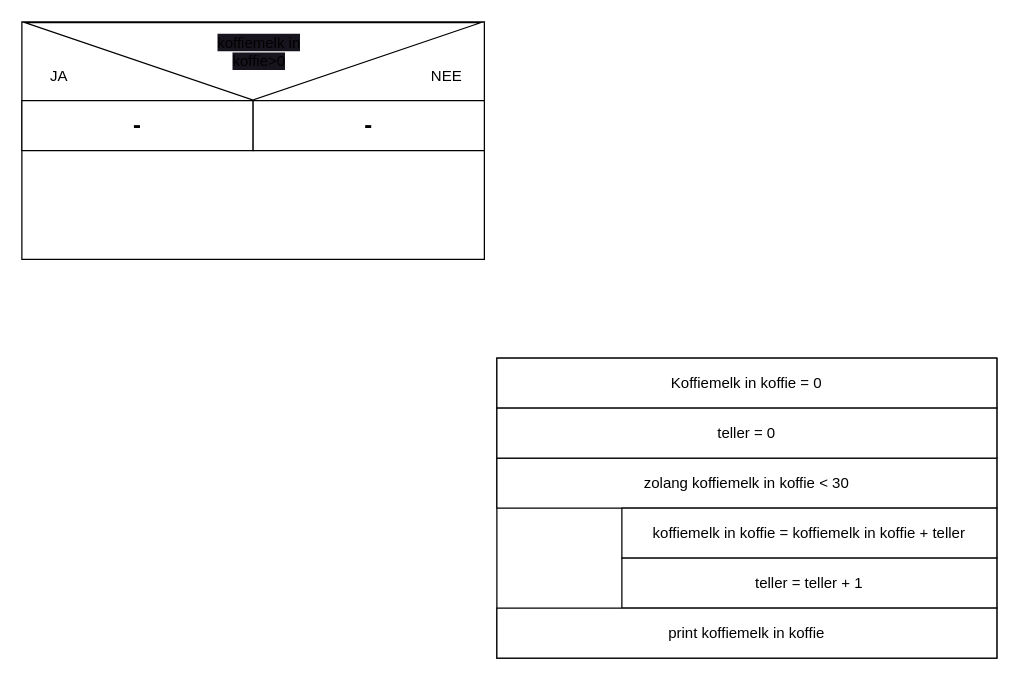
The draw.io diagram psd/opdracht_2.drawio in ReneKrewinkel/educom-essentials-1678105499, before the edit. Source tidied: cells renumbered, new cells numbered last; positions are measured from the earlier drawing's top-left corner, leaving out a move shared by most shapes. Both pictures are drawn from the tidied source at 125%, with x=0, y=0 at pixel (21, -168).
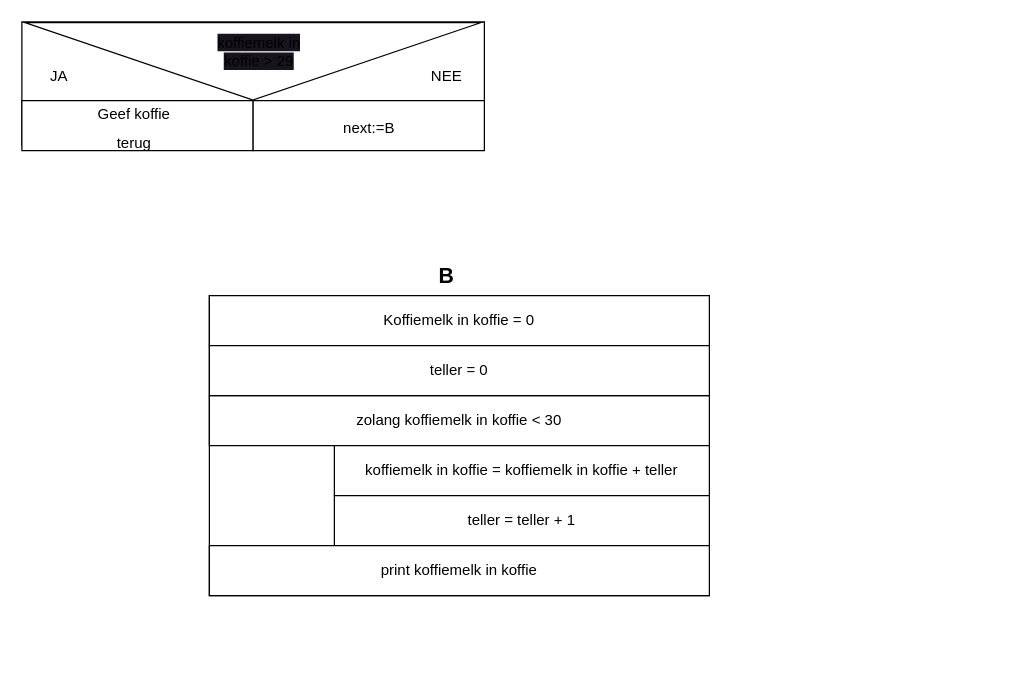
After the change.

Commit message:
PSD opdracht 2 #8

Change to the diagram source:
```diff
@@
 <mxGraphModel>
   <root>
     <mxCell id="0" />
     <mxCell id="1" parent="0" />
     <mxCell id="2" style="rounded=0;whiteSpace=wrap;html=1;" parent="1" vertex="1">
-      <mxGeometry x="380" y="420" width="400" height="240" as="geometry" />
+      <mxGeometry x="150" y="370" width="400" height="240" as="geometry" />
     </mxCell>
     <mxCell id="3" value="Koffiemelk in koffie = 0" style="rounded=0;whiteSpace=wrap;html=1;" parent="1" vertex="1">
-      <mxGeometry x="380" y="420" width="400" height="40" as="geometry" />
+      <mxGeometry x="150" y="370" width="400" height="40" as="geometry" />
     </mxCell>
     <mxCell id="4" value="zolang koffiemelk in koffie &amp;lt; 30" style="rounded=0;whiteSpace=wrap;html=1;" parent="1" vertex="1">
-      <mxGeometry x="380" y="500" width="400" height="40" as="geometry" />
+      <mxGeometry x="150" y="450" width="400" height="40" as="geometry" />
     </mxCell>
     <mxCell id="5" value="koffiemelk in koffie = koffiemelk in koffie + teller" style="rounded=0;whiteSpace=wrap;html=1;" parent="1" vertex="1">
-      <mxGeometry x="480" y="540" width="300" height="40" as="geometry" />
+      <mxGeometry x="250" y="490" width="300" height="40" as="geometry" />
     </mxCell>
     <mxCell id="6" value="teller = 0" style="rounded=0;whiteSpace=wrap;html=1;" parent="1" vertex="1">
-      <mxGeometry x="380" y="460" width="400" height="40" as="geometry" />
+      <mxGeometry x="150" y="410" width="400" height="40" as="geometry" />
     </mxCell>
     <mxCell id="7" value="teller = teller + 1" style="rounded=0;whiteSpace=wrap;html=1;" parent="1" vertex="1">
-      <mxGeometry x="480" y="580" width="300" height="40" as="geometry" />
+      <mxGeometry x="250" y="530" width="300" height="40" as="geometry" />
     </mxCell>
     <mxCell id="8" value="print koffiemelk in koffie" style="rounded=0;whiteSpace=wrap;html=1;" parent="1" vertex="1">
-      <mxGeometry x="380" y="620" width="400" height="40" as="geometry" />
+      <mxGeometry x="150" y="570" width="400" height="40" as="geometry" />
     </mxCell>
     <mxCell id="9" style="rounded=0;whiteSpace=wrap;html=1;" parent="1" vertex="1">
-      <mxGeometry y="151" width="370" height="190" as="geometry" />
+      <mxGeometry y="151" width="370" height="99" as="geometry" />
     </mxCell>
     <mxCell id="10" style="triangle;whiteSpace=wrap;html=1;rotation=90;" parent="1" vertex="1">
       <mxGeometry x="154" width="62" height="365" as="geometry" />
     </mxCell>
-    <mxCell id="11" value="&lt;span style=&quot;background-color: rgb(24, 20, 29);&quot;&gt;koffiemelk in koffie&amp;gt;0&lt;/span&gt;" style="text;strokeColor=none;align=center;fillColor=none;html=1;verticalAlign=middle;whiteSpace=wrap;rounded=0;" parent="1" vertex="1">
+    <mxCell id="11" value="&lt;span style=&quot;background-color: rgb(24, 20, 29);&quot;&gt;koffiemelk in koffie &amp;gt; 29&lt;/span&gt;" style="text;strokeColor=none;align=center;fillColor=none;html=1;verticalAlign=middle;whiteSpace=wrap;rounded=0;" parent="1" vertex="1">
       <mxGeometry x="150" y="160" width="80" height="30" as="geometry" />
     </mxCell>
-    <mxCell id="12" value="&lt;b&gt;&lt;font style=&quot;font-size: 19px;&quot;&gt;-&lt;/font&gt;&lt;/b&gt;" style="rounded=0;whiteSpace=wrap;html=1;" parent="1" vertex="1">
+    <mxCell id="12" style="rounded=0;whiteSpace=wrap;html=1;" parent="1" vertex="1">
       <mxGeometry y="214" width="185" height="40" as="geometry" />
     </mxCell>
     <mxCell id="13" value="JA" style="text;strokeColor=none;align=center;fillColor=none;html=1;verticalAlign=middle;whiteSpace=wrap;rounded=0;" parent="1" vertex="1">
       <mxGeometry y="180" width="60" height="30" as="geometry" />
     </mxCell>
     <mxCell id="14" value="NEE" style="text;strokeColor=none;align=center;fillColor=none;html=1;verticalAlign=middle;whiteSpace=wrap;rounded=0;" parent="1" vertex="1">
       <mxGeometry x="310" y="180" width="60" height="30" as="geometry" />
     </mxCell>
-    <mxCell id="15" value="&lt;b&gt;&lt;font style=&quot;font-size: 19px;&quot;&gt;-&lt;/font&gt;&lt;/b&gt;" style="rounded=0;whiteSpace=wrap;html=1;align=center;" parent="1" vertex="1">
+    <mxCell id="15" style="rounded=0;whiteSpace=wrap;html=1;align=center;" parent="1" vertex="1">
       <mxGeometry x="185" y="214" width="185" height="40" as="geometry" />
     </mxCell>
+    <mxCell id="16" value="&lt;font style=&quot;font-size: 12px;&quot;&gt;next:=B&lt;br&gt;&lt;/font&gt;" style="text;strokeColor=none;align=center;fillColor=none;html=1;verticalAlign=middle;whiteSpace=wrap;rounded=0;fontSize=19;" parent="1" vertex="1">
+      <mxGeometry x="247.5" y="219" width="60" height="30" as="geometry" />
+    </mxCell>
+    <mxCell id="17" value="&lt;font style=&quot;font-size: 12px;&quot;&gt;Geef koffie terug&lt;br&gt;&lt;/font&gt;" style="text;strokeColor=none;align=center;fillColor=none;html=1;verticalAlign=middle;whiteSpace=wrap;rounded=0;fontSize=19;" parent="1" vertex="1">
+      <mxGeometry x="60" y="219" width="60" height="30" as="geometry" />
+    </mxCell>
+    <mxCell id="18" value="&lt;b&gt;&lt;font style=&quot;font-size: 17px;&quot;&gt;B&lt;/font&gt;&lt;/b&gt;" style="text;strokeColor=none;align=center;fillColor=none;html=1;verticalAlign=middle;whiteSpace=wrap;rounded=0;fontSize=12;" parent="1" vertex="1">
+      <mxGeometry x="310" y="340" width="60" height="30" as="geometry" />
+    </mxCell>
   </root>
 </mxGraphModel>
```
